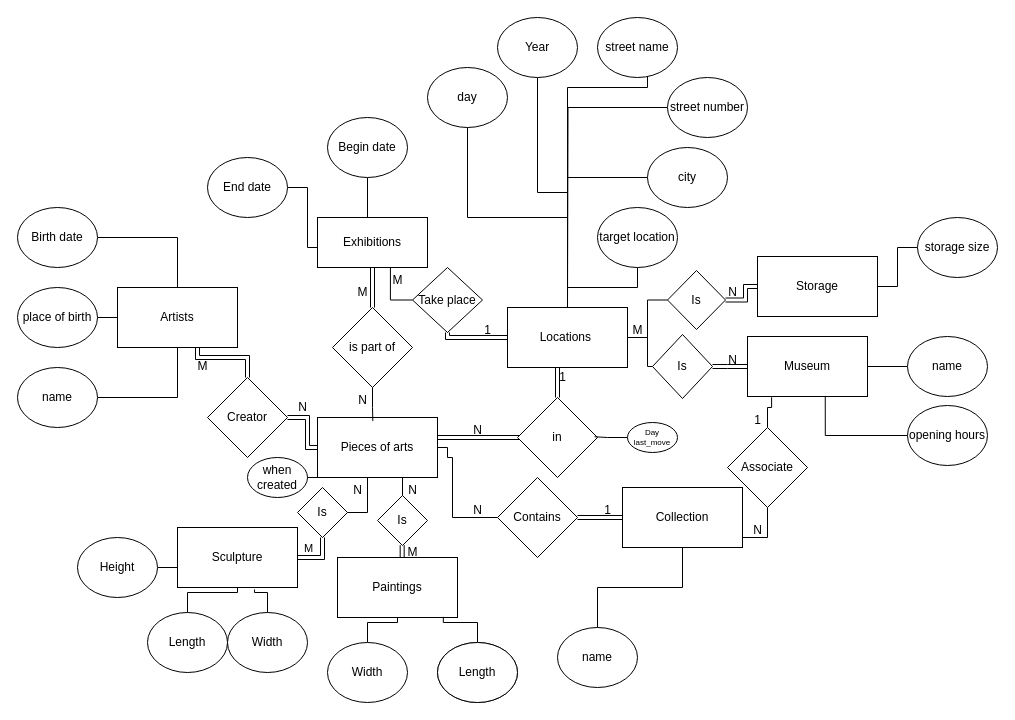
Above: arts.drawio in KhalyHackerman/databases_p1 (draw.io), before the change. Source tidied: cells renumbered, new cells numbered last; positions are measured from the earlier drawing's top-left corner, leaving out a move shared by most shapes. Both pictures are drawn from the tidied source at 100%, with x=0, y=0 at pixel (17, 17).
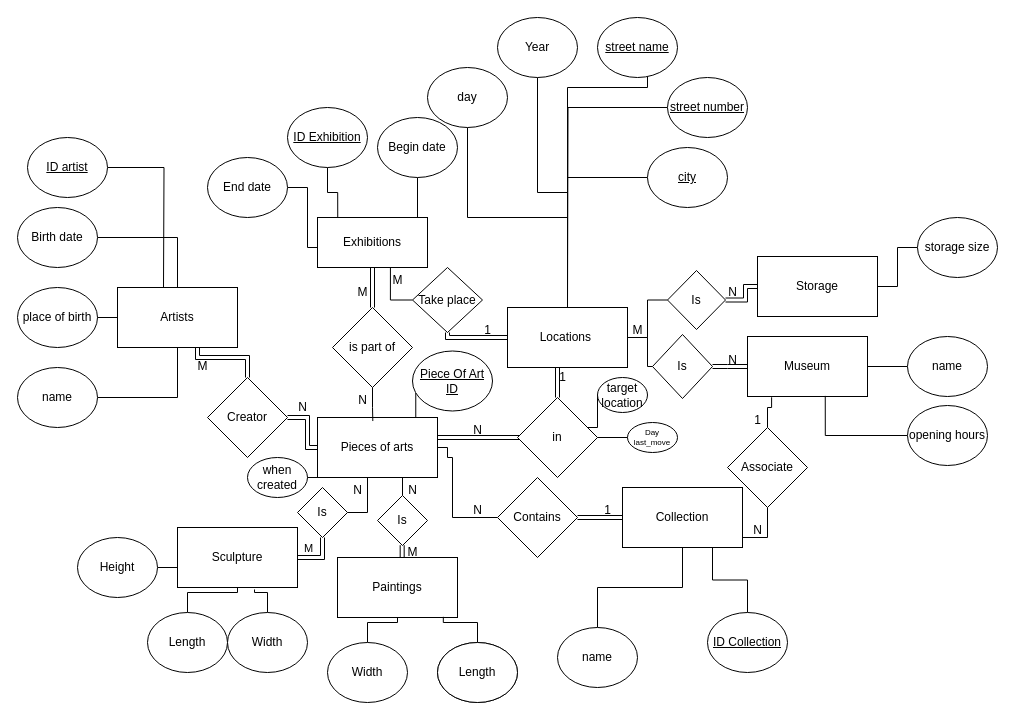
Above is the later version.

Commit message:
Mettre à jour arts.drawio

The change refers to these unchanged cells:
```xml
<mxCell id="3" value="Pieces of arts" style="rounded=0;whiteSpace=wrap;html=1;" parent="1" vertex="1">
  <mxGeometry x="300" y="400" width="120" height="60" as="geometry" />
</mxCell>
<mxCell id="5" value="Exhibitions" style="rounded=0;whiteSpace=wrap;html=1;" parent="1" vertex="1">
  <mxGeometry x="300" y="200" width="110" height="50" as="geometry" />
</mxCell>
<mxCell id="6" value="Locations&amp;nbsp;" style="rounded=0;whiteSpace=wrap;html=1;" parent="1" vertex="1">
  <mxGeometry x="490" y="290" width="120" height="60" as="geometry" />
</mxCell>
<mxCell id="11" value="Collection" style="whiteSpace=wrap;html=1;" parent="1" vertex="1">
  <mxGeometry x="605" y="470" width="120" height="60" as="geometry" />
</mxCell>
<mxCell id="19" value="in" style="rhombus;whiteSpace=wrap;html=1;" parent="1" vertex="1">
  <mxGeometry x="500" y="380" width="80" height="80" as="geometry" />
</mxCell>
<mxCell id="103" value="Day last_move" style="ellipse;whiteSpace=wrap;html=1;fontSize=8;" parent="1" vertex="1">
  <mxGeometry x="610" y="405" width="50" height="30" as="geometry" />
</mxCell>
```

Change to the diagram source:
```diff
@@
-    <mxCell id="49" style="edgeStyle=orthogonalEdgeStyle;rounded=0;jettySize=auto;html=1;endArrow=none;startFill=0;" parent="1" edge="1" source="50" target="6">
-      <mxGeometry relative="1" as="geometry" />
-    </mxCell>
+    <mxCell id="105" style="edgeStyle=orthogonalEdgeStyle;rounded=0;jettySize=auto;html=1;endArrow=none;startFill=0;" parent="1" edge="1" source="50">
+      <mxGeometry relative="1" as="geometry">
+        <mxPoint x="570" y="410" as="targetPoint" />
+        <Array as="points">
+          <mxPoint x="580" y="410" />
+          <mxPoint x="580" y="410" />
+        </Array>
+      </mxGeometry>
+    </mxCell>
     <mxCell id="50" value="target location" style="ellipse;whiteSpace=wrap;html=1;" parent="1" vertex="1">
-      <mxGeometry x="580" y="190" width="80" height="60" as="geometry" />
+      <mxGeometry x="580" y="360" width="50" height="35" as="geometry" />
     </mxCell>
@@
     <mxCell id="56" value="Begin date" style="ellipse;whiteSpace=wrap;html=1;" parent="1" vertex="1">
-      <mxGeometry x="310" y="100" width="80" height="60" as="geometry" />
+      <mxGeometry x="360" y="100" width="80" height="60" as="geometry" />
     </mxCell>
@@
-    <mxCell id="66" value="city" style="ellipse;whiteSpace=wrap;html=1;" parent="1" vertex="1">
+    <mxCell id="66" value="&lt;u&gt;city&lt;/u&gt;" style="ellipse;whiteSpace=wrap;html=1;" parent="1" vertex="1">
       <mxGeometry x="630" y="130" width="80" height="60" as="geometry" />
     </mxCell>
@@
-    <mxCell id="68" value="street name" style="ellipse;whiteSpace=wrap;html=1;" parent="1" vertex="1">
+    <mxCell id="68" value="&lt;u&gt;street name&lt;/u&gt;" style="ellipse;whiteSpace=wrap;html=1;" parent="1" vertex="1">
       <mxGeometry x="580" width="80" height="60" as="geometry" />
     </mxCell>
@@
-    <mxCell id="70" value="street number" style="ellipse;whiteSpace=wrap;html=1;" parent="1" vertex="1">
+    <mxCell id="70" value="&lt;u&gt;street number&lt;/u&gt;" style="ellipse;whiteSpace=wrap;html=1;" parent="1" vertex="1">
       <mxGeometry x="650" y="60" width="80" height="60" as="geometry" />
     </mxCell>
@@
-    <mxCell id="104" style="edgeStyle=orthogonalEdgeStyle;rounded=0;jettySize=auto;html=1;entryX=0.964;entryY=0.491;entryDx=0;entryDy=0;entryPerimeter=0;endArrow=none;startFill=0;" parent="1" edge="1" source="103" target="19">
+    <mxCell id="104" style="edgeStyle=orthogonalEdgeStyle;rounded=0;jettySize=auto;html=1;entryX=1;entryY=0.5;entryDx=0;entryDy=0;endArrow=none;startFill=0;" parent="1" edge="1" source="103" target="19">
       <mxGeometry relative="1" as="geometry" />
     </mxCell>
+    <mxCell id="106" style="edgeStyle=orthogonalEdgeStyle;rounded=0;jettySize=auto;html=1;endArrow=none;startFill=0;" parent="1" edge="1" source="107">
+      <mxGeometry relative="1" as="geometry">
+        <mxPoint x="146" y="270" as="targetPoint" />
+      </mxGeometry>
+    </mxCell>
+    <mxCell id="107" value="&lt;u&gt;ID artist&lt;/u&gt;" style="ellipse;whiteSpace=wrap;html=1;" parent="1" vertex="1">
+      <mxGeometry x="10" y="120" width="80" height="60" as="geometry" />
+    </mxCell>
+    <mxCell id="108" style="edgeStyle=orthogonalEdgeStyle;rounded=0;jettySize=auto;html=1;entryX=0.184;entryY=-0.01;entryDx=0;entryDy=0;entryPerimeter=0;endArrow=none;startFill=0;" parent="1" edge="1" source="109" target="5">
+      <mxGeometry relative="1" as="geometry" />
+    </mxCell>
+    <mxCell id="109" value="&lt;u&gt;ID Exhibition&lt;/u&gt;" style="ellipse;whiteSpace=wrap;html=1;" parent="1" vertex="1">
+      <mxGeometry x="270" y="90" width="80" height="60" as="geometry" />
+    </mxCell>
+    <mxCell id="110" style="edgeStyle=orthogonalEdgeStyle;rounded=0;jettySize=auto;html=1;entryX=0.819;entryY=-0.005;entryDx=0;entryDy=0;entryPerimeter=0;endArrow=none;startFill=0;" parent="1" edge="1" source="111" target="3">
+      <mxGeometry relative="1" as="geometry">
+        <Array as="points">
+          <mxPoint x="398" y="390" />
+          <mxPoint x="398" y="390" />
+        </Array>
+      </mxGeometry>
+    </mxCell>
+    <mxCell id="111" value="&lt;u&gt;Piece Of Art ID&lt;/u&gt;" style="ellipse;whiteSpace=wrap;html=1;" parent="1" vertex="1">
+      <mxGeometry x="395" y="333.5" width="80" height="60" as="geometry" />
+    </mxCell>
+    <mxCell id="112" style="edgeStyle=orthogonalEdgeStyle;rounded=0;jettySize=auto;html=1;entryX=0.75;entryY=1;entryDx=0;entryDy=0;endArrow=none;startFill=0;" parent="1" edge="1" source="113" target="11">
+      <mxGeometry relative="1" as="geometry" />
+    </mxCell>
+    <mxCell id="113" value="&lt;u&gt;ID Collection&lt;/u&gt;" style="ellipse;whiteSpace=wrap;html=1;" parent="1" vertex="1">
+      <mxGeometry x="690" y="595" width="80" height="60" as="geometry" />
+    </mxCell>
```
